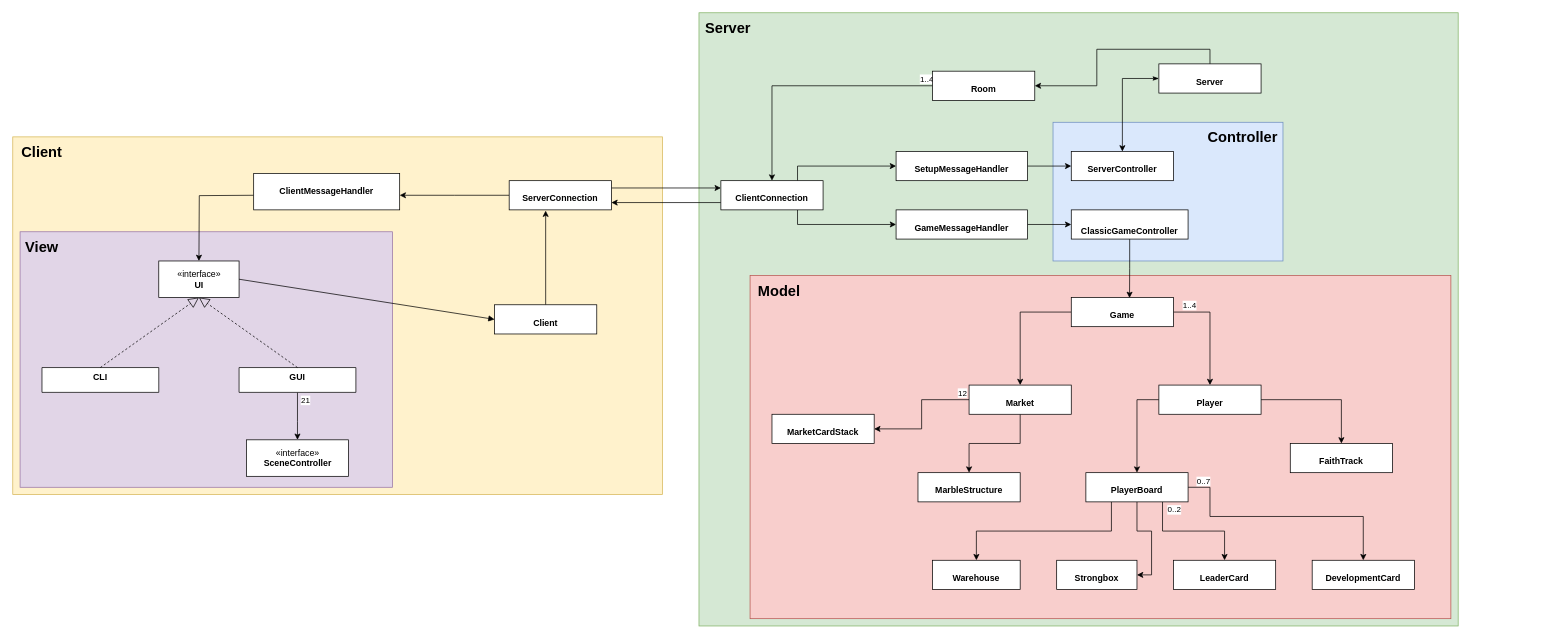
The draw.io diagram deliverables/UML/final/basic.drawio in SamueleMessineo/ing-sw-2021-morelli-messineo-mosconi, before the edit. Source tidied: cells renumbered, new cells numbered last; positions are measured from the earlier drawing's top-left corner, leaving out a move shared by most shapes. Both pictures are drawn from the tidied source at 73%, with x=0, y=0 at pixel (12, 12).
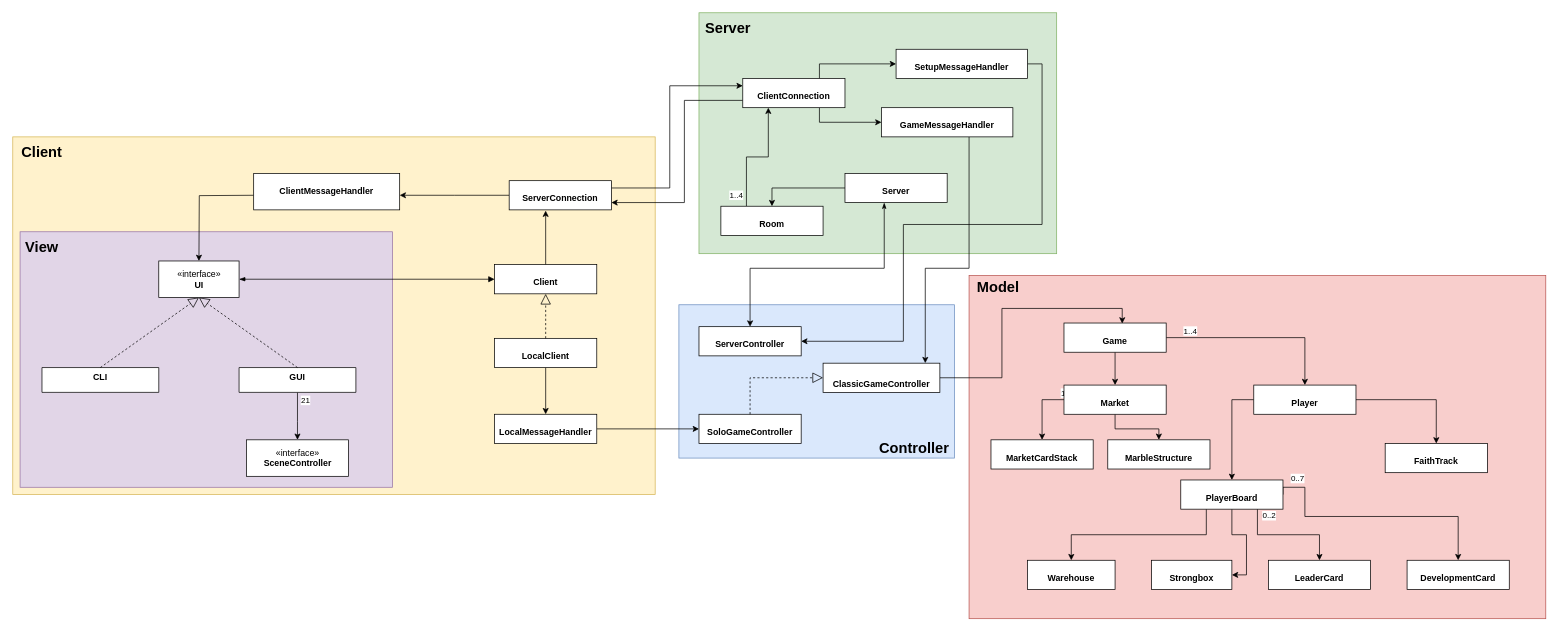
The same page after the edit.

Commit message (it also covers changes not shown here):
complete basic UML

Unchanged cells that the change refers to:
```xml
<mxCell id="14" value="«interface»&lt;br&gt;&lt;b&gt;UI&lt;/b&gt;" style="html=1;" parent="1" vertex="1">
  <mxGeometry x="200" y="340" width="110" height="50" as="geometry" />
</mxCell>
<mxCell id="24" value="&lt;p style=&quot;margin: 0px ; margin-top: 4px ; text-align: center&quot;&gt;&lt;br&gt;&lt;b&gt;ServerConnection&lt;/b&gt;&lt;/p&gt;" style="verticalAlign=top;align=left;overflow=fill;fontSize=12;fontFamily=Helvetica;html=1;" parent="1" vertex="1">
  <mxGeometry x="680" y="230" width="140" height="40" as="geometry" />
</mxCell>
```

Diff of the diagram source:
```diff
@@
     <mxCell id="2" style="rounded=0;whiteSpace=wrap;html=1;fontSize=20;strokeColor=#82b366;fillColor=#d5e8d4;" parent="1" vertex="1">
-      <mxGeometry x="940" width="1040" height="840" as="geometry" />
+      <mxGeometry x="940" width="490" height="330" as="geometry" />
     </mxCell>
     <mxCell id="3" style="rounded=0;whiteSpace=wrap;html=1;fontSize=20;strokeColor=#d6b656;fillColor=#fff2cc;" parent="1" vertex="1">
-      <mxGeometry y="170" width="890" height="490" as="geometry" />
+      <mxGeometry y="170" width="880" height="490" as="geometry" />
     </mxCell>
@@
     <mxCell id="5" style="rounded=0;whiteSpace=wrap;html=1;fontSize=20;strokeColor=#6c8ebf;fillColor=#dae8fc;" parent="1" vertex="1">
-      <mxGeometry x="1425" y="150" width="315" height="190" as="geometry" />
+      <mxGeometry x="912.5" y="400" width="377.5" height="210" as="geometry" />
     </mxCell>
     <mxCell id="6" style="rounded=0;whiteSpace=wrap;html=1;strokeColor=#b85450;fillColor=#f8cecc;" parent="1" vertex="1">
-      <mxGeometry x="1010" y="360" width="960" height="470" as="geometry" />
+      <mxGeometry x="1310" y="360" width="790" height="470" as="geometry" />
     </mxCell>
@@
     <mxCell id="16" value="&lt;p style=&quot;margin: 0px ; margin-top: 4px ; text-align: center&quot;&gt;&lt;br&gt;&lt;b&gt;Client&lt;/b&gt;&lt;/p&gt;" style="verticalAlign=top;align=left;overflow=fill;fontSize=12;fontFamily=Helvetica;html=1;" parent="1" vertex="1">
-      <mxGeometry x="660" y="400" width="140" height="40" as="geometry" />
+      <mxGeometry x="660" y="345" width="140" height="40" as="geometry" />
     </mxCell>
-    <mxCell id="17" style="html=1;verticalAlign=bottom;endArrow=block;exitX=1;exitY=0.5;exitDx=0;exitDy=0;entryX=0;entryY=0.5;entryDx=0;entryDy=0;" parent="1" edge="1" source="14" target="16">
+    <mxCell id="17" style="html=1;verticalAlign=bottom;endArrow=block;exitX=1;exitY=0.5;exitDx=0;exitDy=0;entryX=0;entryY=0.5;entryDx=0;entryDy=0;startArrow=blockThin;startFill=1;" parent="1" edge="1" source="14" target="16">
       <mxGeometry x="-0.09" relative="1" as="geometry" />
     </mxCell>
     <mxCell id="18" style="edgeStyle=orthogonalEdgeStyle;rounded=0;jettySize=auto;html=1;exitX=0;exitY=0.75;exitDx=0;exitDy=0;entryX=1;entryY=0.75;entryDx=0;entryDy=0;" parent="1" edge="1" source="21" target="24">
-      <mxGeometry relative="1" as="geometry" />
+      <mxGeometry relative="1" as="geometry">
+        <Array as="points">
+          <mxPoint x="920" y="120" />
+          <mxPoint x="920" y="260" />
+        </Array>
+      </mxGeometry>
     </mxCell>
@@
     <mxCell id="21" value="&lt;p style=&quot;margin: 0px ; margin-top: 4px ; text-align: center&quot;&gt;&lt;br&gt;&lt;b&gt;ClientConnection&lt;/b&gt;&lt;/p&gt;" style="verticalAlign=top;align=left;overflow=fill;fontSize=12;fontFamily=Helvetica;html=1;" parent="1" vertex="1">
-      <mxGeometry x="970" y="230" width="140" height="40" as="geometry" />
+      <mxGeometry x="1000" y="90" width="140" height="40" as="geometry" />
     </mxCell>
@@
     <mxCell id="23" style="edgeStyle=orthogonalEdgeStyle;rounded=0;jettySize=auto;html=1;exitX=1;exitY=0.25;exitDx=0;exitDy=0;entryX=0;entryY=0.25;entryDx=0;entryDy=0;" parent="1" edge="1" source="24" target="21">
-      <mxGeometry relative="1" as="geometry" />
+      <mxGeometry relative="1" as="geometry">
+        <Array as="points">
+          <mxPoint x="900" y="240" />
+          <mxPoint x="900" y="100" />
+        </Array>
+      </mxGeometry>
     </mxCell>
@@
-    <mxCell id="25" style="edgeStyle=orthogonalEdgeStyle;rounded=0;jettySize=auto;html=1;exitX=1;exitY=0.5;exitDx=0;exitDy=0;entryX=0;entryY=0.5;entryDx=0;entryDy=0;" parent="1" edge="1" source="26" target="29">
-      <mxGeometry relative="1" as="geometry" />
+    <mxCell id="25" style="edgeStyle=orthogonalEdgeStyle;rounded=0;jettySize=auto;html=1;exitX=1;exitY=0.5;exitDx=0;exitDy=0;entryX=1;entryY=0.5;entryDx=0;entryDy=0;" parent="1" edge="1" source="26" target="29">
+      <mxGeometry relative="1" as="geometry">
+        <Array as="points">
+          <mxPoint x="1410" y="70" />
+          <mxPoint x="1410" y="290" />
+          <mxPoint x="1220" y="290" />
+          <mxPoint x="1220" y="450" />
+        </Array>
+      </mxGeometry>
     </mxCell>
     <mxCell id="26" value="&lt;p style=&quot;margin: 0px ; margin-top: 4px ; text-align: center&quot;&gt;&lt;br&gt;&lt;b&gt;SetupMessageHandler&lt;/b&gt;&lt;/p&gt;" style="verticalAlign=top;align=left;overflow=fill;fontSize=12;fontFamily=Helvetica;html=1;" parent="1" vertex="1">
-      <mxGeometry x="1210" y="190" width="180" height="40" as="geometry" />
+      <mxGeometry x="1210" y="50" width="180" height="40" as="geometry" />
     </mxCell>
-    <mxCell id="27" style="edgeStyle=orthogonalEdgeStyle;rounded=0;jettySize=auto;html=1;exitX=1;exitY=0.5;exitDx=0;exitDy=0;startArrow=none;startFill=0;" parent="1" edge="1" source="28" target="37">
-      <mxGeometry relative="1" as="geometry" />
+    <mxCell id="27" style="edgeStyle=orthogonalEdgeStyle;rounded=0;jettySize=auto;html=1;startArrow=none;startFill=0;" parent="1" edge="1" source="28" target="37">
+      <mxGeometry relative="1" as="geometry">
+        <Array as="points">
+          <mxPoint x="1310" y="350" />
+          <mxPoint x="1250" y="350" />
+        </Array>
+      </mxGeometry>
     </mxCell>
     <mxCell id="28" value="&lt;p style=&quot;margin: 0px ; margin-top: 4px ; text-align: center&quot;&gt;&lt;br&gt;&lt;b&gt;GameMessageHandler&lt;/b&gt;&lt;/p&gt;" style="verticalAlign=top;align=left;overflow=fill;fontSize=12;fontFamily=Helvetica;html=1;" parent="1" vertex="1">
-      <mxGeometry x="1210" y="270" width="180" height="40" as="geometry" />
+      <mxGeometry x="1190" y="130" width="180" height="40" as="geometry" />
     </mxCell>
     <mxCell id="29" value="&lt;p style=&quot;margin: 0px ; margin-top: 4px ; text-align: center&quot;&gt;&lt;br&gt;&lt;b&gt;ServerController&lt;/b&gt;&lt;/p&gt;" style="verticalAlign=top;align=left;overflow=fill;fontSize=12;fontFamily=Helvetica;html=1;" parent="1" vertex="1">
-      <mxGeometry x="1450" y="190" width="140" height="40" as="geometry" />
+      <mxGeometry x="940" y="430" width="140" height="40" as="geometry" />
     </mxCell>
-    <mxCell id="30" style="edgeStyle=orthogonalEdgeStyle;rounded=0;jettySize=auto;html=1;exitX=0;exitY=0.5;exitDx=0;exitDy=0;entryX=0.5;entryY=0;entryDx=0;entryDy=0;startArrow=classicThin;startFill=1;" parent="1" edge="1" source="32" target="29">
-      <mxGeometry relative="1" as="geometry" />
+    <mxCell id="30" style="edgeStyle=orthogonalEdgeStyle;rounded=0;jettySize=auto;html=1;entryX=0.5;entryY=0;entryDx=0;entryDy=0;startArrow=classicThin;startFill=1;exitX=0.384;exitY=1.003;exitDx=0;exitDy=0;exitPerimeter=0;" parent="1" edge="1" source="32" target="29">
+      <mxGeometry relative="1" as="geometry">
+        <Array as="points">
+          <mxPoint x="1194" y="350" />
+          <mxPoint x="1010" y="350" />
+        </Array>
+      </mxGeometry>
     </mxCell>
-    <mxCell id="31" style="edgeStyle=orthogonalEdgeStyle;rounded=0;jettySize=auto;html=1;exitX=0.5;exitY=0;exitDx=0;exitDy=0;startArrow=none;startFill=0;" parent="1" edge="1" source="32" target="35">
+    <mxCell id="31" style="edgeStyle=orthogonalEdgeStyle;rounded=0;jettySize=auto;html=1;exitX=0;exitY=0.5;exitDx=0;exitDy=0;entryX=0.5;entryY=0;entryDx=0;entryDy=0;startArrow=none;startFill=0;" parent="1" edge="1" source="32" target="35">
       <mxGeometry relative="1" as="geometry" />
     </mxCell>
     <mxCell id="32" value="&lt;p style=&quot;margin: 0px ; margin-top: 4px ; text-align: center&quot;&gt;&lt;br&gt;&lt;b&gt;Server&lt;/b&gt;&lt;/p&gt;" style="verticalAlign=top;align=left;overflow=fill;fontSize=12;fontFamily=Helvetica;html=1;" parent="1" vertex="1">
-      <mxGeometry x="1570" y="70" width="140" height="40" as="geometry" />
+      <mxGeometry x="1140" y="220" width="140" height="40" as="geometry" />
     </mxCell>
-    <mxCell id="33" style="edgeStyle=orthogonalEdgeStyle;rounded=0;jettySize=auto;html=1;exitX=0;exitY=0.5;exitDx=0;exitDy=0;entryX=0.5;entryY=0;entryDx=0;entryDy=0;startArrow=none;startFill=0;" parent="1" edge="1" source="35" target="21">
+    <mxCell id="33" style="edgeStyle=orthogonalEdgeStyle;rounded=0;jettySize=auto;html=1;exitX=0.25;exitY=0;exitDx=0;exitDy=0;entryX=0.25;entryY=1;entryDx=0;entryDy=0;startArrow=none;startFill=0;" parent="1" edge="1" source="35" target="21">
       <mxGeometry relative="1" as="geometry" />
     </mxCell>
     <mxCell id="34" value="1..4" style="edgeLabel;html=1;align=center;verticalAlign=middle;" parent="33" vertex="1">
-      <mxGeometry x="-0.95" y="-1" relative="1" as="geometry">
-        <mxPoint y="-9" as="offset" />
+      <mxGeometry x="-0.75" y="1" relative="1" as="geometry">
+        <mxPoint x="-14" y="5" as="offset" />
       </mxGeometry>
     </mxCell>
     <mxCell id="35" value="&lt;p style=&quot;margin: 0px ; margin-top: 4px ; text-align: center&quot;&gt;&lt;br&gt;&lt;b&gt;Room&lt;/b&gt;&lt;/p&gt;" style="verticalAlign=top;align=left;overflow=fill;fontSize=12;fontFamily=Helvetica;html=1;" parent="1" vertex="1">
-      <mxGeometry x="1260" y="80" width="140" height="40" as="geometry" />
+      <mxGeometry x="970" y="265" width="140" height="40" as="geometry" />
     </mxCell>
-    <mxCell id="36" style="edgeStyle=orthogonalEdgeStyle;rounded=0;jettySize=auto;html=1;exitX=0.5;exitY=1;exitDx=0;exitDy=0;entryX=0.57;entryY=0.018;entryDx=0;entryDy=0;entryPerimeter=0;startArrow=none;startFill=0;" parent="1" edge="1" source="37" target="41">
+    <mxCell id="36" style="edgeStyle=orthogonalEdgeStyle;rounded=0;jettySize=auto;html=1;exitX=1;exitY=0.5;exitDx=0;exitDy=0;entryX=0.57;entryY=0.018;entryDx=0;entryDy=0;entryPerimeter=0;startArrow=none;startFill=0;" parent="1" edge="1" source="37" target="41">
       <mxGeometry relative="1" as="geometry" />
     </mxCell>
     <mxCell id="37" value="&lt;p style=&quot;margin: 0px ; margin-top: 4px ; text-align: center&quot;&gt;&lt;br&gt;&lt;/p&gt;&lt;p style=&quot;margin: 0px ; margin-top: 4px ; text-align: center&quot;&gt;ClassicGameController&lt;/p&gt;" style="verticalAlign=top;align=left;overflow=fill;fontSize=12;fontFamily=Helvetica;html=1;fontStyle=1;" parent="1" vertex="1">
-      <mxGeometry x="1450" y="270" width="160" height="40" as="geometry" />
+      <mxGeometry x="1110" y="480" width="160" height="40" as="geometry" />
     </mxCell>
-    <mxCell id="38" style="edgeStyle=orthogonalEdgeStyle;rounded=0;jettySize=auto;html=1;exitX=0;exitY=0.5;exitDx=0;exitDy=0;startArrow=none;startFill=0;" parent="1" edge="1" source="41" target="45">
+    <mxCell id="38" style="edgeStyle=orthogonalEdgeStyle;rounded=0;jettySize=auto;html=1;exitX=0.5;exitY=1;exitDx=0;exitDy=0;startArrow=none;startFill=0;" parent="1" edge="1" source="41" target="45">
       <mxGeometry relative="1" as="geometry" />
     </mxCell>
@@
     <mxCell id="41" value="&lt;p style=&quot;margin: 0px ; margin-top: 4px ; text-align: center&quot;&gt;&lt;br&gt;&lt;b&gt;Game&lt;/b&gt;&lt;/p&gt;" style="verticalAlign=top;align=left;overflow=fill;fontSize=12;fontFamily=Helvetica;html=1;" parent="1" vertex="1">
-      <mxGeometry x="1450" y="390" width="140" height="40" as="geometry" />
+      <mxGeometry x="1440" y="425" width="140" height="40" as="geometry" />
     </mxCell>
@@
     <mxCell id="45" value="&lt;p style=&quot;margin: 0px ; margin-top: 4px ; text-align: center&quot;&gt;&lt;br&gt;&lt;b&gt;Market&lt;/b&gt;&lt;/p&gt;" style="verticalAlign=top;align=left;overflow=fill;fontSize=12;fontFamily=Helvetica;html=1;" parent="1" vertex="1">
-      <mxGeometry x="1310" y="510" width="140" height="40" as="geometry" />
+      <mxGeometry x="1440" y="510" width="140" height="40" as="geometry" />
     </mxCell>
@@
     <mxCell id="48" value="&lt;p style=&quot;margin: 0px ; margin-top: 4px ; text-align: center&quot;&gt;&lt;br&gt;&lt;b&gt;Player&lt;/b&gt;&lt;/p&gt;" style="verticalAlign=top;align=left;overflow=fill;fontSize=12;fontFamily=Helvetica;html=1;" parent="1" vertex="1">
-      <mxGeometry x="1570" y="510" width="140" height="40" as="geometry" />
+      <mxGeometry x="1700" y="510" width="140" height="40" as="geometry" />
     </mxCell>
@@
     <mxCell id="53" style="edgeStyle=orthogonalEdgeStyle;rounded=0;jettySize=auto;html=1;exitX=1;exitY=0.5;exitDx=0;exitDy=0;startArrow=none;startFill=0;" parent="1" edge="1" source="55" target="62">
       <mxGeometry relative="1" as="geometry">
         <Array as="points">
-          <mxPoint x="1640" y="650" />
-          <mxPoint x="1640" y="690" />
-          <mxPoint x="1850" y="690" />
+          <mxPoint x="1770" y="650" />
+          <mxPoint x="1770" y="690" />
+          <mxPoint x="1980" y="690" />
         </Array>
       </mxGeometry>
     </mxCell>
@@
     <mxCell id="55" value="&lt;p style=&quot;margin: 0px ; margin-top: 4px ; text-align: center&quot;&gt;&lt;br&gt;&lt;b&gt;PlayerBoard&lt;/b&gt;&lt;/p&gt;" style="verticalAlign=top;align=left;overflow=fill;fontSize=12;fontFamily=Helvetica;html=1;" parent="1" vertex="1">
-      <mxGeometry x="1470" y="630" width="140" height="40" as="geometry" />
+      <mxGeometry x="1600" y="640" width="140" height="40" as="geometry" />
     </mxCell>
     <mxCell id="56" value="&lt;p style=&quot;margin: 0px ; margin-top: 4px ; text-align: center&quot;&gt;&lt;br&gt;&lt;b&gt;FaithTrack&lt;/b&gt;&lt;/p&gt;" style="verticalAlign=top;align=left;overflow=fill;fontSize=12;fontFamily=Helvetica;html=1;" parent="1" vertex="1">
-      <mxGeometry x="1750" y="590" width="140" height="40" as="geometry" />
+      <mxGeometry x="1880" y="590" width="140" height="40" as="geometry" />
     </mxCell>
     <mxCell id="57" value="&lt;p style=&quot;margin: 0px ; margin-top: 4px ; text-align: center&quot;&gt;&lt;br&gt;&lt;b&gt;MarbleStructure&lt;/b&gt;&lt;/p&gt;" style="verticalAlign=top;align=left;overflow=fill;fontSize=12;fontFamily=Helvetica;html=1;" parent="1" vertex="1">
-      <mxGeometry x="1240" y="630" width="140" height="40" as="geometry" />
+      <mxGeometry x="1500" y="585" width="140" height="40" as="geometry" />
     </mxCell>
     <mxCell id="58" value="&lt;p style=&quot;margin: 0px ; margin-top: 4px ; text-align: center&quot;&gt;&lt;br&gt;&lt;b&gt;MarketCardStack&lt;/b&gt;&lt;/p&gt;" style="verticalAlign=top;align=left;overflow=fill;fontSize=12;fontFamily=Helvetica;html=1;" parent="1" vertex="1">
-      <mxGeometry x="1040" y="550" width="140" height="40" as="geometry" />
+      <mxGeometry x="1340" y="585" width="140" height="40" as="geometry" />
     </mxCell>
     <mxCell id="59" value="&lt;p style=&quot;margin: 0px ; margin-top: 4px ; text-align: center&quot;&gt;&lt;br&gt;&lt;b&gt;Warehouse&lt;/b&gt;&lt;/p&gt;" style="verticalAlign=top;align=left;overflow=fill;fontSize=12;fontFamily=Helvetica;html=1;" parent="1" vertex="1">
-      <mxGeometry x="1260" y="750" width="120" height="40" as="geometry" />
+      <mxGeometry x="1390" y="750" width="120" height="40" as="geometry" />
     </mxCell>
     <mxCell id="60" value="&lt;p style=&quot;margin: 0px ; margin-top: 4px ; text-align: center&quot;&gt;&lt;br&gt;&lt;b&gt;Strongbox&lt;/b&gt;&lt;/p&gt;" style="verticalAlign=top;align=left;overflow=fill;fontSize=12;fontFamily=Helvetica;html=1;" parent="1" vertex="1">
-      <mxGeometry x="1430" y="750" width="110" height="40" as="geometry" />
+      <mxGeometry x="1560" y="750" width="110" height="40" as="geometry" />
     </mxCell>
     <mxCell id="61" value="&lt;p style=&quot;margin: 0px ; margin-top: 4px ; text-align: center&quot;&gt;&lt;br&gt;&lt;b&gt;LeaderCard&lt;/b&gt;&lt;/p&gt;" style="verticalAlign=top;align=left;overflow=fill;fontSize=12;fontFamily=Helvetica;html=1;" parent="1" vertex="1">
-      <mxGeometry x="1590" y="750" width="140" height="40" as="geometry" />
+      <mxGeometry x="1720" y="750" width="140" height="40" as="geometry" />
     </mxCell>
     <mxCell id="62" value="&lt;p style=&quot;margin: 0px ; margin-top: 4px ; text-align: center&quot;&gt;&lt;br&gt;&lt;b&gt;DevelopmentCard&lt;/b&gt;&lt;/p&gt;" style="verticalAlign=top;align=left;overflow=fill;fontSize=12;fontFamily=Helvetica;html=1;" parent="1" vertex="1">
-      <mxGeometry x="1780" y="750" width="140" height="40" as="geometry" />
+      <mxGeometry x="1910" y="750" width="140" height="40" as="geometry" />
     </mxCell>
@@
     <mxCell id="65" value="Model" style="text;html=1;strokeColor=none;fillColor=none;align=center;verticalAlign=middle;whiteSpace=wrap;rounded=0;fontStyle=1;fontSize=20;" parent="1" vertex="1">
-      <mxGeometry x="1030" y="370" width="40" height="20" as="geometry" />
+      <mxGeometry x="1330" y="365" width="40" height="20" as="geometry" />
     </mxCell>
@@
     <mxCell id="67" value="Controller" style="text;html=1;strokeColor=none;fillColor=none;align=center;verticalAlign=middle;whiteSpace=wrap;rounded=0;fontSize=20;fontStyle=1;" parent="1" vertex="1">
-      <mxGeometry x="1630" y="150" width="110" height="40" as="geometry" />
+      <mxGeometry x="1180" y="575" width="110" height="40" as="geometry" />
     </mxCell>
@@
+    <mxCell id="70" style="edgeStyle=orthogonalEdgeStyle;rounded=0;jettySize=auto;html=1;exitX=0.5;exitY=1;exitDx=0;exitDy=0;entryX=0.5;entryY=0;entryDx=0;entryDy=0;" parent="1" edge="1" source="71" target="74">
+      <mxGeometry relative="1" as="geometry" />
+    </mxCell>
+    <mxCell id="71" value="&lt;p style=&quot;margin: 0px ; margin-top: 4px ; text-align: center&quot;&gt;&lt;br&gt;&lt;b&gt;LocalClient&lt;/b&gt;&lt;/p&gt;" style="verticalAlign=top;align=left;overflow=fill;fontSize=12;fontFamily=Helvetica;html=1;" parent="1" vertex="1">
+      <mxGeometry x="660" y="446" width="140" height="40" as="geometry" />
+    </mxCell>
+    <mxCell id="72" style="endArrow=block;dashed=1;endFill=0;endSize=12;html=1;entryX=0.5;entryY=1;entryDx=0;entryDy=0;exitX=0.5;exitY=0;exitDx=0;exitDy=0;" parent="1" edge="1" source="71" target="16">
+      <mxGeometry relative="1" as="geometry" />
+    </mxCell>
+    <mxCell id="73" style="edgeStyle=orthogonalEdgeStyle;rounded=0;jettySize=auto;html=1;exitX=1;exitY=0.5;exitDx=0;exitDy=0;startArrow=none;startFill=0;" parent="1" edge="1" source="74" target="75">
+      <mxGeometry relative="1" as="geometry" />
+    </mxCell>
+    <mxCell id="74" value="&lt;p style=&quot;margin: 0px ; margin-top: 4px ; text-align: center&quot;&gt;&lt;br&gt;&lt;b&gt;LocalMessageHandler&lt;/b&gt;&lt;/p&gt;" style="verticalAlign=top;align=left;overflow=fill;fontSize=12;fontFamily=Helvetica;html=1;" parent="1" vertex="1">
+      <mxGeometry x="660" y="550" width="140" height="40" as="geometry" />
+    </mxCell>
+    <mxCell id="75" value="&lt;p style=&quot;margin: 0px ; margin-top: 4px ; text-align: center&quot;&gt;&lt;br&gt;&lt;b&gt;SoloGameController&lt;/b&gt;&lt;/p&gt;" style="verticalAlign=top;align=left;overflow=fill;fontSize=12;fontFamily=Helvetica;html=1;" parent="1" vertex="1">
+      <mxGeometry x="940" y="550" width="140" height="40" as="geometry" />
+    </mxCell>
+    <mxCell id="76" style="endArrow=block;dashed=1;endFill=0;endSize=12;html=1;entryX=0;entryY=0.5;entryDx=0;entryDy=0;rounded=0;exitX=0.5;exitY=0;exitDx=0;exitDy=0;" parent="1" edge="1" source="75" target="37">
+      <mxGeometry relative="1" as="geometry">
+        <Array as="points">
+          <mxPoint x="1010" y="500" />
+          <mxPoint x="1030" y="500" />
+        </Array>
+      </mxGeometry>
+    </mxCell>
```
